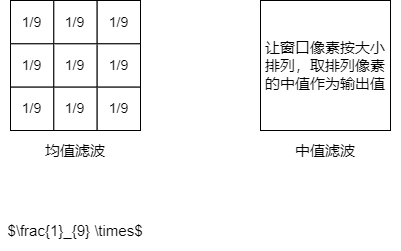
Before: images/Untitled Diagram.drawio.png, a diagram exported from draw.io (Jiangggg1995/Notes). Source tidied: cells renumbered, new cells last; positions are measured from the earlier drawing's top-left corner, leaving out a move shared by most shapes. Its diagram source:
```xml
<mxGraphModel math="1">
  <root>
    <mxCell id="0" />
    <mxCell id="1" parent="0" />
    <mxCell id="2" value="&lt;span style=&quot;&quot;&gt;让窗口像素按大小排列，取排列像素的中值作为输出值&lt;/span&gt;" style="whiteSpace=wrap;html=1;fontSize=15;fillColor=default;" parent="1" vertex="1">
      <mxGeometry x="260" width="130" height="130" as="geometry" />
    </mxCell>
    <mxCell id="3" value="中值滤波" style="rounded=0;whiteSpace=wrap;html=1;fontSize=15;strokeColor=none;fillColor=none;" parent="1" vertex="1">
      <mxGeometry x="250" y="130" width="150" height="40" as="geometry" />
    </mxCell>
    <mxCell id="4" style="group;fontSize=14;" parent="1" vertex="1">
      <mxGeometry x="10" width="150" height="180" as="geometry" />
    </mxCell>
    <mxCell id="5" value="&lt;font style=&quot;font-size: 14px;&quot;&gt;1/9&lt;/font&gt;" style="whiteSpace=wrap;html=1;fontSize=14;" parent="4" vertex="1">
      <mxGeometry width="43.3" height="43.3" as="geometry" />
    </mxCell>
    <mxCell id="6" value="&lt;span style=&quot;font-size: 14px;&quot;&gt;1/9&lt;/span&gt;" style="whiteSpace=wrap;html=1;fontSize=14;" parent="4" vertex="1">
      <mxGeometry x="43.3" width="43.3" height="43.3" as="geometry" />
    </mxCell>
    <mxCell id="7" value="&lt;span style=&quot;font-size: 14px;&quot;&gt;1/9&lt;/span&gt;" style="whiteSpace=wrap;html=1;fontSize=14;" parent="4" vertex="1">
      <mxGeometry x="86.7" width="43.3" height="43.3" as="geometry" />
    </mxCell>
    <mxCell id="8" value="&lt;span style=&quot;font-size: 14px;&quot;&gt;1/9&lt;/span&gt;" style="whiteSpace=wrap;html=1;fontSize=14;" parent="4" vertex="1">
      <mxGeometry y="43.3" width="43.3" height="43.3" as="geometry" />
    </mxCell>
    <mxCell id="9" value="&lt;span style=&quot;font-size: 14px;&quot;&gt;1/9&lt;/span&gt;" style="whiteSpace=wrap;html=1;fontSize=14;" parent="4" vertex="1">
      <mxGeometry x="43.3" y="43.3" width="43.3" height="43.3" as="geometry" />
    </mxCell>
    <mxCell id="10" value="&lt;span style=&quot;font-size: 14px;&quot;&gt;1/9&lt;/span&gt;" style="whiteSpace=wrap;html=1;fontSize=14;" parent="4" vertex="1">
      <mxGeometry x="86.7" y="43.3" width="43.3" height="43.3" as="geometry" />
    </mxCell>
    <mxCell id="11" value="&lt;span style=&quot;font-size: 14px;&quot;&gt;1/9&lt;/span&gt;" style="whiteSpace=wrap;html=1;fontSize=14;" parent="4" vertex="1">
      <mxGeometry y="86.7" width="43.3" height="43.3" as="geometry" />
    </mxCell>
    <mxCell id="12" value="&lt;span style=&quot;font-size: 14px;&quot;&gt;1/9&lt;/span&gt;" style="whiteSpace=wrap;html=1;fontSize=14;" parent="4" vertex="1">
      <mxGeometry x="43.3" y="86.7" width="43.3" height="43.3" as="geometry" />
    </mxCell>
    <mxCell id="13" value="&lt;span style=&quot;font-size: 14px;&quot;&gt;1/9&lt;/span&gt;" style="whiteSpace=wrap;html=1;fontSize=14;" parent="4" vertex="1">
      <mxGeometry x="86.7" y="86.7" width="43.3" height="43.3" as="geometry" />
    </mxCell>
    <mxCell id="14" value="均值滤波" style="rounded=0;whiteSpace=wrap;html=1;fontSize=15;strokeColor=none;fillColor=none;" parent="4" vertex="1">
      <mxGeometry x="-10" y="130" width="150" height="40" as="geometry" />
    </mxCell>
    <mxCell id="15" value="$\frac{1}_{9} \times$" style="rounded=0;whiteSpace=wrap;html=1;fontSize=15;strokeColor=none;fillColor=none;" parent="1" vertex="1">
      <mxGeometry y="210" width="150" height="40" as="geometry" />
    </mxCell>
  </root>
</mxGraphModel>
```
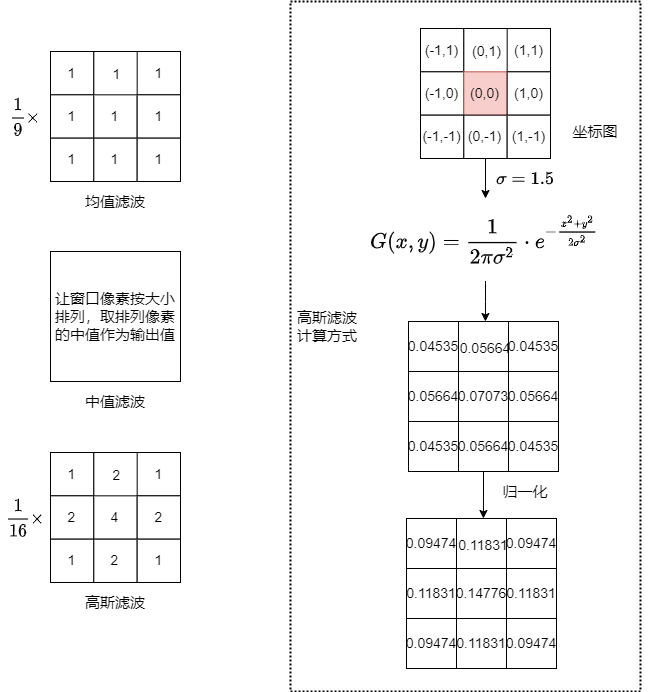
Above is the later version.

Change to the diagram source:
```diff
@@ -8,41 +8,194 @@
     <mxCell id="3" value="中值滤波" style="rounded=0;whiteSpace=wrap;html=1;fontSize=15;strokeColor=none;fillColor=none;" parent="1" vertex="1">
       <mxGeometry x="250" y="130" width="150" height="40" as="geometry" />
     </mxCell>
-    <mxCell id="4" style="group;fontSize=14;" parent="1" vertex="1">
-      <mxGeometry x="10" width="150" height="180" as="geometry" />
-    </mxCell>
-    <mxCell id="5" value="&lt;font style=&quot;font-size: 14px;&quot;&gt;1/9&lt;/font&gt;" style="whiteSpace=wrap;html=1;fontSize=14;" parent="4" vertex="1">
-      <mxGeometry width="43.3" height="43.3" as="geometry" />
-    </mxCell>
-    <mxCell id="6" value="&lt;span style=&quot;font-size: 14px;&quot;&gt;1/9&lt;/span&gt;" style="whiteSpace=wrap;html=1;fontSize=14;" parent="4" vertex="1">
-      <mxGeometry x="43.3" width="43.3" height="43.3" as="geometry" />
-    </mxCell>
-    <mxCell id="7" value="&lt;span style=&quot;font-size: 14px;&quot;&gt;1/9&lt;/span&gt;" style="whiteSpace=wrap;html=1;fontSize=14;" parent="4" vertex="1">
-      <mxGeometry x="86.7" width="43.3" height="43.3" as="geometry" />
-    </mxCell>
-    <mxCell id="8" value="&lt;span style=&quot;font-size: 14px;&quot;&gt;1/9&lt;/span&gt;" style="whiteSpace=wrap;html=1;fontSize=14;" parent="4" vertex="1">
-      <mxGeometry y="43.3" width="43.3" height="43.3" as="geometry" />
-    </mxCell>
-    <mxCell id="9" value="&lt;span style=&quot;font-size: 14px;&quot;&gt;1/9&lt;/span&gt;" style="whiteSpace=wrap;html=1;fontSize=14;" parent="4" vertex="1">
-      <mxGeometry x="43.3" y="43.3" width="43.3" height="43.3" as="geometry" />
-    </mxCell>
-    <mxCell id="10" value="&lt;span style=&quot;font-size: 14px;&quot;&gt;1/9&lt;/span&gt;" style="whiteSpace=wrap;html=1;fontSize=14;" parent="4" vertex="1">
-      <mxGeometry x="86.7" y="43.3" width="43.3" height="43.3" as="geometry" />
-    </mxCell>
-    <mxCell id="11" value="&lt;span style=&quot;font-size: 14px;&quot;&gt;1/9&lt;/span&gt;" style="whiteSpace=wrap;html=1;fontSize=14;" parent="4" vertex="1">
-      <mxGeometry y="86.7" width="43.3" height="43.3" as="geometry" />
-    </mxCell>
-    <mxCell id="12" value="&lt;span style=&quot;font-size: 14px;&quot;&gt;1/9&lt;/span&gt;" style="whiteSpace=wrap;html=1;fontSize=14;" parent="4" vertex="1">
-      <mxGeometry x="43.3" y="86.7" width="43.3" height="43.3" as="geometry" />
-    </mxCell>
-    <mxCell id="13" value="&lt;span style=&quot;font-size: 14px;&quot;&gt;1/9&lt;/span&gt;" style="whiteSpace=wrap;html=1;fontSize=14;" parent="4" vertex="1">
-      <mxGeometry x="86.7" y="86.7" width="43.3" height="43.3" as="geometry" />
-    </mxCell>
+    <mxCell id="15" value="$$\frac{1}{9}&amp;nbsp; &amp;nbsp;\times$$" style="rounded=0;whiteSpace=wrap;html=1;fontSize=15;strokeColor=none;fillColor=none;" parent="1" vertex="1">
+      <mxGeometry x="210" y="-157.5" width="50" height="45" as="geometry" />
+    </mxCell>
-    <mxCell id="14" value="均值滤波" style="rounded=0;whiteSpace=wrap;html=1;fontSize=15;strokeColor=none;fillColor=none;" parent="4" vertex="1">
-      <mxGeometry x="-10" y="130" width="150" height="40" as="geometry" />
+    <mxCell id="14" value="均值滤波" style="rounded=0;whiteSpace=wrap;html=1;fontSize=15;strokeColor=none;fillColor=none;" parent="1" vertex="1">
+      <mxGeometry x="250" y="-70" width="150" height="40" as="geometry" />
     </mxCell>
-    <mxCell id="15" value="$\frac{1}_{9} \times$" style="rounded=0;whiteSpace=wrap;html=1;fontSize=15;strokeColor=none;fillColor=none;" parent="1" vertex="1">
-      <mxGeometry y="210" width="150" height="40" as="geometry" />
-    </mxCell>
+    <mxCell id="16" style="group;" parent="1" vertex="1">
+      <mxGeometry x="260" y="-200" width="130" height="130" as="geometry" />
+    </mxCell>
+    <mxCell id="17" value="&lt;font style=&quot;font-size: 14px;&quot;&gt;1&lt;/font&gt;" style="whiteSpace=wrap;html=1;fontSize=14;" parent="16" vertex="1">
+      <mxGeometry width="43.3" height="43.3" as="geometry" />
+    </mxCell>
+    <mxCell id="18" value="&lt;span style=&quot;font-size: 14px;&quot;&gt;1&lt;/span&gt;" style="whiteSpace=wrap;html=1;fontSize=14;" parent="16" vertex="1">
+      <mxGeometry x="43.3" width="46.7" height="46.7" as="geometry" />
+    </mxCell>
+    <mxCell id="19" value="&lt;span style=&quot;font-size: 14px;&quot;&gt;1&lt;/span&gt;" style="whiteSpace=wrap;html=1;fontSize=14;" parent="16" vertex="1">
+      <mxGeometry x="86.7" width="43.3" height="43.3" as="geometry" />
+    </mxCell>
+    <mxCell id="20" value="&lt;span style=&quot;font-size: 14px;&quot;&gt;1&lt;/span&gt;" style="whiteSpace=wrap;html=1;fontSize=14;" parent="16" vertex="1">
+      <mxGeometry y="43.3" width="43.3" height="43.3" as="geometry" />
+    </mxCell>
+    <mxCell id="21" value="&lt;span style=&quot;font-size: 14px;&quot;&gt;1&lt;/span&gt;" style="whiteSpace=wrap;html=1;fontSize=14;" parent="16" vertex="1">
+      <mxGeometry x="43.3" y="43.3" width="43.3" height="43.3" as="geometry" />
+    </mxCell>
+    <mxCell id="22" value="&lt;span style=&quot;font-size: 14px;&quot;&gt;1&lt;/span&gt;" style="whiteSpace=wrap;html=1;fontSize=14;" parent="16" vertex="1">
+      <mxGeometry x="86.7" y="43.3" width="43.3" height="43.3" as="geometry" />
+    </mxCell>
+    <mxCell id="23" value="&lt;span style=&quot;font-size: 14px;&quot;&gt;1&lt;/span&gt;" style="whiteSpace=wrap;html=1;fontSize=14;" parent="16" vertex="1">
+      <mxGeometry y="86.7" width="43.3" height="43.3" as="geometry" />
+    </mxCell>
+    <mxCell id="24" value="&lt;span style=&quot;font-size: 14px;&quot;&gt;1&lt;/span&gt;" style="whiteSpace=wrap;html=1;fontSize=14;" parent="16" vertex="1">
+      <mxGeometry x="43.3" y="86.7" width="43.3" height="43.3" as="geometry" />
+    </mxCell>
+    <mxCell id="25" value="&lt;span style=&quot;font-size: 14px;&quot;&gt;1&lt;/span&gt;" style="whiteSpace=wrap;html=1;fontSize=14;" parent="16" vertex="1">
+      <mxGeometry x="86.7" y="86.7" width="43.3" height="43.3" as="geometry" />
+    </mxCell>
+    <mxCell id="26" value="$$\frac{1}{16}&amp;nbsp; &amp;nbsp;\times$$" style="rounded=0;whiteSpace=wrap;html=1;fontSize=15;strokeColor=none;fillColor=none;" parent="1" vertex="1">
+      <mxGeometry x="210" y="243.5" width="50" height="45" as="geometry" />
+    </mxCell>
+    <mxCell id="27" value="高斯滤波" style="rounded=0;whiteSpace=wrap;html=1;fontSize=15;strokeColor=none;fillColor=none;" parent="1" vertex="1">
+      <mxGeometry x="250" y="331" width="150" height="40" as="geometry" />
+    </mxCell>
+    <mxCell id="28" style="group;" parent="1" vertex="1">
+      <mxGeometry x="260" y="201" width="130" height="130" as="geometry" />
+    </mxCell>
+    <mxCell id="29" value="&lt;font style=&quot;font-size: 14px;&quot;&gt;1&lt;/font&gt;" style="whiteSpace=wrap;html=1;fontSize=14;" parent="28" vertex="1">
+      <mxGeometry width="43.3" height="43.3" as="geometry" />
+    </mxCell>
+    <mxCell id="30" value="&lt;span style=&quot;font-size: 14px;&quot;&gt;2&lt;/span&gt;" style="whiteSpace=wrap;html=1;fontSize=14;" parent="28" vertex="1">
+      <mxGeometry x="43.3" width="46.7" height="46.7" as="geometry" />
+    </mxCell>
+    <mxCell id="31" value="&lt;span style=&quot;font-size: 14px;&quot;&gt;1&lt;/span&gt;" style="whiteSpace=wrap;html=1;fontSize=14;" parent="28" vertex="1">
+      <mxGeometry x="86.7" width="43.3" height="43.3" as="geometry" />
+    </mxCell>
+    <mxCell id="32" value="&lt;span style=&quot;font-size: 14px;&quot;&gt;2&lt;/span&gt;" style="whiteSpace=wrap;html=1;fontSize=14;" parent="28" vertex="1">
+      <mxGeometry y="43.3" width="43.3" height="43.3" as="geometry" />
+    </mxCell>
+    <mxCell id="33" value="&lt;span style=&quot;font-size: 14px;&quot;&gt;4&lt;/span&gt;" style="whiteSpace=wrap;html=1;fontSize=14;" parent="28" vertex="1">
+      <mxGeometry x="43.3" y="43.3" width="43.3" height="43.3" as="geometry" />
+    </mxCell>
+    <mxCell id="34" value="&lt;span style=&quot;font-size: 14px;&quot;&gt;2&lt;/span&gt;" style="whiteSpace=wrap;html=1;fontSize=14;" parent="28" vertex="1">
+      <mxGeometry x="86.7" y="43.3" width="43.3" height="43.3" as="geometry" />
+    </mxCell>
+    <mxCell id="35" value="&lt;span style=&quot;font-size: 14px;&quot;&gt;1&lt;/span&gt;" style="whiteSpace=wrap;html=1;fontSize=14;" parent="28" vertex="1">
+      <mxGeometry y="86.7" width="43.3" height="43.3" as="geometry" />
+    </mxCell>
+    <mxCell id="36" value="&lt;span style=&quot;font-size: 14px;&quot;&gt;2&lt;/span&gt;" style="whiteSpace=wrap;html=1;fontSize=14;" parent="28" vertex="1">
+      <mxGeometry x="43.3" y="86.7" width="43.3" height="43.3" as="geometry" />
+    </mxCell>
+    <mxCell id="37" value="&lt;span style=&quot;font-size: 14px;&quot;&gt;1&lt;/span&gt;" style="whiteSpace=wrap;html=1;fontSize=14;" parent="28" vertex="1">
+      <mxGeometry x="86.7" y="86.7" width="43.3" height="43.3" as="geometry" />
+    </mxCell>
+    <mxCell id="38" style="edgeStyle=orthogonalEdgeStyle;rounded=0;jettySize=auto;html=1;exitX=0.5;exitY=1;exitDx=0;exitDy=0;entryX=0.5;entryY=0;entryDx=0;entryDy=0;fontSize=18;" parent="1" edge="1" source="39" target="55">
+      <mxGeometry relative="1" as="geometry" />
+    </mxCell>
+    <mxCell id="39" value="&lt;font style=&quot;font-size: 18px;&quot;&gt;$$G(x,y)=\frac{1}{2 \pi \sigma^2} \cdot e^{- \frac{x^2+y^2}{2\sigma^2}}$$&lt;/font&gt;" style="rounded=0;whiteSpace=wrap;html=1;fontSize=15;strokeColor=none;fillColor=none;" parent="1" vertex="1">
+      <mxGeometry x="585" y="-53" width="220" height="82.5" as="geometry" />
+    </mxCell>
+    <mxCell id="40" style="group;" parent="1" vertex="1">
+      <mxGeometry x="630" y="-223" width="130" height="130" as="geometry" />
+    </mxCell>
+    <mxCell id="41" value="&lt;font style=&quot;font-size: 14px;&quot;&gt;(-1,1)&lt;/font&gt;" style="whiteSpace=wrap;html=1;fontSize=14;" parent="40" vertex="1">
+      <mxGeometry width="43.3" height="43.3" as="geometry" />
+    </mxCell>
+    <mxCell id="42" value="&lt;span style=&quot;font-size: 14px;&quot;&gt;(0,1)&lt;/span&gt;" style="whiteSpace=wrap;html=1;fontSize=14;" parent="40" vertex="1">
+      <mxGeometry x="43.3" width="46.7" height="46.7" as="geometry" />
+    </mxCell>
+    <mxCell id="43" value="&lt;span style=&quot;font-size: 14px;&quot;&gt;(1,1)&lt;/span&gt;" style="whiteSpace=wrap;html=1;fontSize=14;" parent="40" vertex="1">
+      <mxGeometry x="86.7" width="43.3" height="43.3" as="geometry" />
+    </mxCell>
+    <mxCell id="44" value="&lt;span style=&quot;font-size: 14px;&quot;&gt;(-1,0)&lt;/span&gt;" style="whiteSpace=wrap;html=1;fontSize=14;" parent="40" vertex="1">
+      <mxGeometry y="43.3" width="43.3" height="43.3" as="geometry" />
+    </mxCell>
+    <mxCell id="45" value="&lt;span style=&quot;font-size: 14px;&quot;&gt;(0,0)&lt;/span&gt;" style="whiteSpace=wrap;html=1;fontSize=14;fillColor=#f8cecc;strokeColor=#b85450;" parent="40" vertex="1">
+      <mxGeometry x="43.3" y="43.3" width="43.3" height="43.3" as="geometry" />
+    </mxCell>
+    <mxCell id="46" value="&lt;span style=&quot;font-size: 14px;&quot;&gt;(1,0)&lt;/span&gt;" style="whiteSpace=wrap;html=1;fontSize=14;" parent="40" vertex="1">
+      <mxGeometry x="86.7" y="43.3" width="43.3" height="43.3" as="geometry" />
+    </mxCell>
+    <mxCell id="47" value="&lt;span style=&quot;font-size: 14px;&quot;&gt;(-1,-1)&lt;/span&gt;" style="whiteSpace=wrap;html=1;fontSize=14;" parent="40" vertex="1">
+      <mxGeometry y="86.7" width="43.3" height="43.3" as="geometry" />
+    </mxCell>
+    <mxCell id="48" value="&lt;span style=&quot;font-size: 14px;&quot;&gt;(0,-1)&lt;/span&gt;" style="whiteSpace=wrap;html=1;fontSize=14;" parent="40" vertex="1">
+      <mxGeometry x="43.3" y="86.7" width="43.3" height="43.3" as="geometry" />
+    </mxCell>
+    <mxCell id="49" value="&lt;span style=&quot;font-size: 14px;&quot;&gt;(1,-1)&lt;/span&gt;" style="whiteSpace=wrap;html=1;fontSize=14;" parent="40" vertex="1">
+      <mxGeometry x="86.7" y="86.7" width="43.3" height="43.3" as="geometry" />
+    </mxCell>
+    <mxCell id="50" value="坐标图" style="rounded=0;whiteSpace=wrap;html=1;fontSize=15;strokeColor=none;fillColor=none;" parent="1" vertex="1">
+      <mxGeometry x="730" y="-140" width="150" height="40" as="geometry" />
+    </mxCell>
+    <mxCell id="51" style="edgeStyle=orthogonalEdgeStyle;rounded=0;jettySize=auto;html=1;exitX=0.5;exitY=1;exitDx=0;exitDy=0;entryX=0.5;entryY=0;entryDx=0;entryDy=0;fontSize=18;" parent="1" edge="1" source="48" target="39">
+      <mxGeometry relative="1" as="geometry" />
+    </mxCell>
+    <mxCell id="52" value="$$\sigma=1.5$$" style="rounded=0;whiteSpace=wrap;html=1;fontSize=15;strokeColor=none;fillColor=none;" parent="1" vertex="1">
+      <mxGeometry x="660" y="-93" width="150" height="40" as="geometry" />
+    </mxCell>
+    <mxCell id="53" style="group;" parent="1" vertex="1">
+      <mxGeometry x="618" y="70" width="150" height="150" as="geometry" />
+    </mxCell>
+    <mxCell id="54" value="&lt;font style=&quot;font-size: 14px;&quot;&gt;0.04535&lt;/font&gt;" style="whiteSpace=wrap;html=1;fontSize=14;" parent="53" vertex="1">
+      <mxGeometry width="50" height="50" as="geometry" />
+    </mxCell>
+    <mxCell id="55" value="0.05664" style="whiteSpace=wrap;html=1;fontSize=14;" parent="53" vertex="1">
+      <mxGeometry x="50" width="53.8" height="53.8" as="geometry" />
+    </mxCell>
+    <mxCell id="56" value="0.04535" style="whiteSpace=wrap;html=1;fontSize=14;" parent="53" vertex="1">
+      <mxGeometry x="100" width="50" height="50" as="geometry" />
+    </mxCell>
+    <mxCell id="57" value="&lt;span style=&quot;font-size: 14px;&quot;&gt;0.05664&lt;/span&gt;" style="whiteSpace=wrap;html=1;fontSize=14;" parent="53" vertex="1">
+      <mxGeometry y="50" width="50" height="50" as="geometry" />
+    </mxCell>
+    <mxCell id="58" value="&lt;span style=&quot;font-size: 14px;&quot;&gt;0.07073&lt;/span&gt;" style="whiteSpace=wrap;html=1;fontSize=14;" parent="53" vertex="1">
+      <mxGeometry x="50" y="50" width="50" height="50" as="geometry" />
+    </mxCell>
+    <mxCell id="59" value="0.05664" style="whiteSpace=wrap;html=1;fontSize=14;" parent="53" vertex="1">
+      <mxGeometry x="100" y="50" width="50" height="50" as="geometry" />
+    </mxCell>
+    <mxCell id="60" value="0.04535" style="whiteSpace=wrap;html=1;fontSize=14;" parent="53" vertex="1">
+      <mxGeometry y="100" width="50" height="50" as="geometry" />
+    </mxCell>
+    <mxCell id="61" value="0.05664" style="whiteSpace=wrap;html=1;fontSize=14;" parent="53" vertex="1">
+      <mxGeometry x="50" y="100" width="50" height="50" as="geometry" />
+    </mxCell>
+    <mxCell id="62" value="0.04535" style="whiteSpace=wrap;html=1;fontSize=14;" parent="53" vertex="1">
+      <mxGeometry x="100" y="100" width="50" height="50" as="geometry" />
+    </mxCell>
+    <mxCell id="63" style="group;" parent="1" vertex="1">
+      <mxGeometry x="616" y="267" width="150" height="150" as="geometry" />
+    </mxCell>
+    <mxCell id="64" value="&lt;font style=&quot;font-size: 14px;&quot;&gt;0.09474&lt;/font&gt;" style="whiteSpace=wrap;html=1;fontSize=14;" parent="63" vertex="1">
+      <mxGeometry width="50" height="50" as="geometry" />
+    </mxCell>
+    <mxCell id="65" value="0.11831" style="whiteSpace=wrap;html=1;fontSize=14;" parent="63" vertex="1">
+      <mxGeometry x="50" width="53.8" height="53.8" as="geometry" />
+    </mxCell>
+    <mxCell id="66" value="0.09474" style="whiteSpace=wrap;html=1;fontSize=14;" parent="63" vertex="1">
+      <mxGeometry x="100" width="50" height="50" as="geometry" />
+    </mxCell>
+    <mxCell id="67" value="&lt;span style=&quot;font-size: 14px;&quot;&gt;0.11831&lt;/span&gt;" style="whiteSpace=wrap;html=1;fontSize=14;" parent="63" vertex="1">
+      <mxGeometry y="50" width="50" height="50" as="geometry" />
+    </mxCell>
+    <mxCell id="68" value="&lt;span style=&quot;font-size: 14px;&quot;&gt;0.14776&lt;/span&gt;" style="whiteSpace=wrap;html=1;fontSize=14;" parent="63" vertex="1">
+      <mxGeometry x="50" y="50" width="50" height="50" as="geometry" />
+    </mxCell>
+    <mxCell id="69" value="0.11831" style="whiteSpace=wrap;html=1;fontSize=14;" parent="63" vertex="1">
+      <mxGeometry x="100" y="50" width="50" height="50" as="geometry" />
+    </mxCell>
+    <mxCell id="70" value="0.09474" style="whiteSpace=wrap;html=1;fontSize=14;" parent="63" vertex="1">
+      <mxGeometry y="100" width="50" height="50" as="geometry" />
+    </mxCell>
+    <mxCell id="71" value="0.11831" style="whiteSpace=wrap;html=1;fontSize=14;" parent="63" vertex="1">
+      <mxGeometry x="50" y="100" width="50" height="50" as="geometry" />
+    </mxCell>
+    <mxCell id="72" value="0.09474" style="whiteSpace=wrap;html=1;fontSize=14;" parent="63" vertex="1">
+      <mxGeometry x="100" y="100" width="50" height="50" as="geometry" />
+    </mxCell>
+    <mxCell id="73" style="edgeStyle=orthogonalEdgeStyle;rounded=0;jettySize=auto;html=1;exitX=0.5;exitY=1;exitDx=0;exitDy=0;fontSize=18;entryX=0.5;entryY=0;entryDx=0;entryDy=0;" parent="1" edge="1" source="61" target="65">
+      <mxGeometry relative="1" as="geometry" />
+    </mxCell>
+    <mxCell id="74" value="归一化" style="rounded=0;whiteSpace=wrap;html=1;fontSize=15;strokeColor=none;fillColor=none;" parent="1" vertex="1">
+      <mxGeometry x="660" y="220" width="150" height="40" as="geometry" />
+    </mxCell>
+    <mxCell id="75" value="高斯滤波计算方式" style="rounded=0;whiteSpace=wrap;html=1;fontSize=15;strokeColor=none;fillColor=none;" parent="1" vertex="1">
+      <mxGeometry x="500" y="-40" width="74" height="230" as="geometry" />
+    </mxCell>
+    <mxCell id="76" style="rounded=0;whiteSpace=wrap;html=1;fontSize=18;fillColor=none;dashed=1;dashPattern=1 1;strokeWidth=2;" parent="1" vertex="1">
+      <mxGeometry x="500" y="-250" width="350" height="690" as="geometry" />
+    </mxCell>
   </root>
 </mxGraphModel>
```
